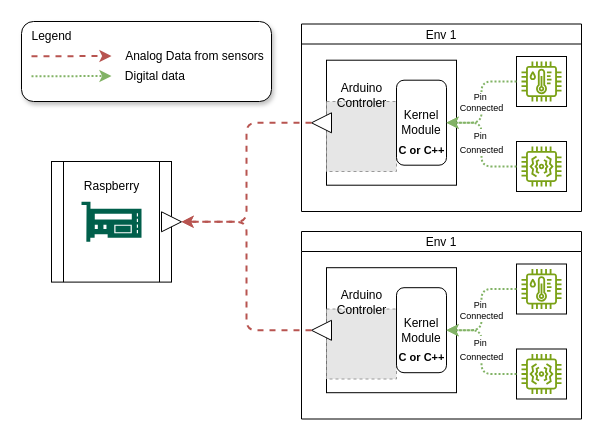
The draw.io diagram Arduino-raspberry.drawio in ArturArtimonte/diagrans, before the edit. Source tidied: cells renumbered, new cells numbered last; positions are measured from the earlier drawing's top-left corner, leaving out a move shared by most shapes. Both pictures are drawn from the tidied source at 100%, with x=0, y=0 at pixel (21, 21). Pictures stored in the file or linked from it are replaced by grey dashed boxes.
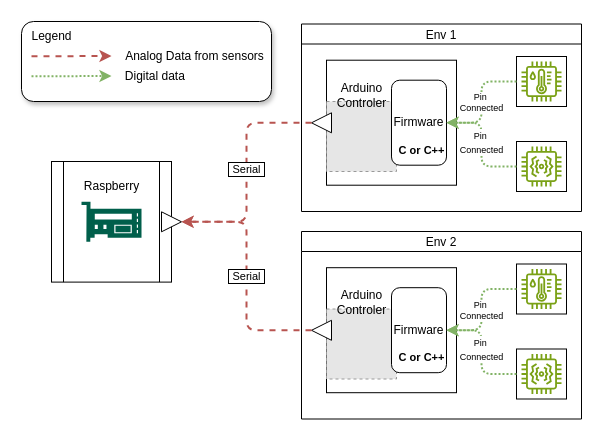
After the change.

The change refers to these unchanged cells:
```xml
<mxCell id="4" value="Env 1" style="swimlane;startSize=20;fontStyle=0;" parent="1" vertex="1">
  <mxGeometry x="280" y="2.5" width="280" height="187.5" as="geometry" />
</mxCell>
<mxCell id="31" style="triangle;whiteSpace=wrap;html=1;rotation=-180;" parent="18" vertex="1">
  <mxGeometry x="10" y="88.8" width="20" height="20" as="geometry" />
</mxCell>
<mxCell id="32" style="triangle;whiteSpace=wrap;html=1;" parent="1" vertex="1">
  <mxGeometry x="140" y="190.3" width="20" height="20" as="geometry" />
</mxCell>
<mxCell id="35" style="edgeStyle=orthogonalEdgeStyle;rounded=1;jettySize=auto;html=1;exitX=1;exitY=0.5;exitDx=0;exitDy=0;entryX=1;entryY=0.5;entryDx=0;entryDy=0;startArrow=none;startFill=0;endArrow=classic;endFill=1;strokeWidth=2;dashed=1;fillColor=#f8cecc;strokeColor=#b85450;flowAnimation=1;" parent="1" edge="1" source="17" target="32">
  <mxGeometry relative="1" as="geometry" />
</mxCell>
```

What changed in the source:
```diff
@@
-    <mxCell id="10" value="Kernel&lt;br&gt;Module&lt;br&gt;" style="rounded=1;whiteSpace=wrap;html=1;" parent="4" vertex="1">
-      <mxGeometry x="95" y="56.2" width="50" height="85" as="geometry" />
+    <mxCell id="10" value="Firmware" style="rounded=1;whiteSpace=wrap;html=1;" parent="4" vertex="1">
+      <mxGeometry x="90" y="56.2" width="55" height="85" as="geometry" />
     </mxCell>
@@
-    <mxCell id="18" value="Env 1" style="swimlane;startSize=20;fontStyle=0;" parent="1" vertex="1">
+    <mxCell id="18" value="Env 2" style="swimlane;startSize=20;fontStyle=0;" parent="1" vertex="1">
       <mxGeometry x="280" y="210" width="280" height="187.5" as="geometry" />
     </mxCell>
@@
-    <mxCell id="24" value="Kernel&lt;br&gt;Module&lt;br&gt;" style="rounded=1;whiteSpace=wrap;html=1;" parent="18" vertex="1">
-      <mxGeometry x="95" y="56.2" width="50" height="85" as="geometry" />
+    <mxCell id="24" value="Firmware" style="rounded=1;whiteSpace=wrap;html=1;" parent="18" vertex="1">
+      <mxGeometry x="90" y="56.2" width="55" height="85" as="geometry" />
     </mxCell>
@@
-    <mxCell id="34" style="edgeStyle=orthogonalEdgeStyle;rounded=1;jettySize=auto;html=1;exitX=1;exitY=0.5;exitDx=0;exitDy=0;entryX=1;entryY=0.5;entryDx=0;entryDy=0;startArrow=none;startFill=0;endArrow=classic;endFill=1;strokeWidth=2;dashed=1;fillColor=#f8cecc;strokeColor=#b85450;flowAnimation=1;" parent="1" edge="1" source="31" target="32">
+    <mxCell id="34" value="&lt;span style=&quot;color: rgb(0, 0, 0); font-family: Helvetica; font-size: 11px; font-style: normal; font-variant-ligatures: normal; font-variant-caps: normal; font-weight: 400; letter-spacing: normal; orphans: 2; text-align: center; text-indent: 0px; text-transform: none; widows: 2; word-spacing: 0px; -webkit-text-stroke-width: 0px; background-color: rgb(255, 255, 255); text-decoration-thickness: initial; text-decoration-style: initial; text-decoration-color: initial; float: none; display: inline !important;&quot;&gt;&amp;nbsp;Serial&amp;nbsp;&lt;/span&gt;" style="edgeStyle=orthogonalEdgeStyle;rounded=1;jettySize=auto;html=1;exitX=1;exitY=0.5;exitDx=0;exitDy=0;entryX=1;entryY=0.5;entryDx=0;entryDy=0;startArrow=none;startFill=0;endArrow=classic;endFill=1;strokeWidth=2;dashed=1;fillColor=#f8cecc;strokeColor=#b85450;flowAnimation=1;labelBorderColor=default;" parent="1" edge="1" source="31" target="32">
       <mxGeometry relative="1" as="geometry" />
     </mxCell>
@@
+    <mxCell id="42" value="&amp;nbsp;Serial&amp;nbsp;" style="edgeLabel;html=1;align=center;verticalAlign=middle;labelBorderColor=default;" parent="35" vertex="1">
+      <mxGeometry x="-0.03" y="-1" relative="1" as="geometry" />
+    </mxCell>
```
